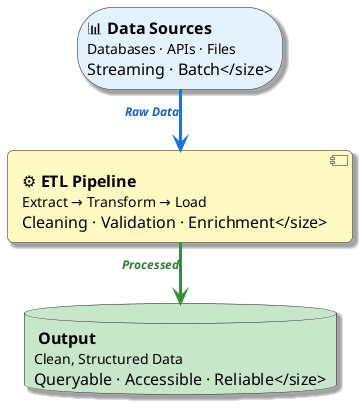
This is diagrams/week01/week1_what_is_de.png from OrPerets/data-engineering-course, a PlantUML export, as it was before one commit.
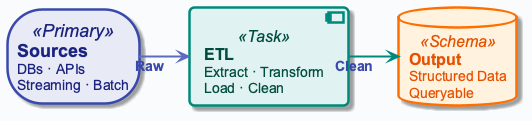
Above is the later version.

Diff of the diagram source:
```diff
@@ -1,32 +1,14 @@
 @startuml
-top to bottom direction
-skinparam defaultFontName "Segoe UI, Helvetica, sans-serif"
-skinparam defaultFontSize 16
-skinparam roundcorner 12
-skinparam shadowing true
-skinparam linetype ortho
-skinparam nodesep 50
-skinparam ranksep 60
+!include ../_template_styles.puml
+left to right direction
 
-skinparam rectangle {
-    FontStyle bold
-    Padding 30
-    BorderThickness 2
-}
+storage "**Sources**\n<size:14>DBs · APIs</size>\n<size:14>Streaming · Batch</size>" as S <<Primary>>
 
-skinparam arrow {
-    Thickness 2.5
-    FontSize 13
-    FontStyle italic
-}
+component "**ETL**\n<size:14>Extract · Transform</size>\n<size:14>Load · Clean</size>" as P <<Task>>
 
-storage "📊 **Data Sources**\n<size:14>Databases · APIs · Files\nStreaming · Batch</size>" as S #E3F2FD
+database "**Output**\n<size:14>Structured Data</size>\n<size:14>Queryable</size>" as O <<Schema>>
 
-component "⚙️ **ETL Pipeline**\n<size:14>Extract → Transform → Load\nCleaning · Validation · Enrichment</size>" as P #FFF9C4
-
-database "✅ **Output**\n<size:14>Clean, Structured Data\nQueryable · Accessible · Reliable</size>" as O #C8E6C9
-
-S -[#1976D2,thickness=3]-> P : <size:12><color:#1565C0>**Raw Data**</color></size>
-P -[#388E3C,thickness=3]-> O : <size:12><color:#2E7D32>**Processed**</color></size>
+S -[#5C6BC0,thickness=2]-> P : <color:#3949AB>**Raw**</color>
+P -[#00897B,thickness=2]-> O : <color:#3949AB>**Clean**</color>
 
 @enduml
```
